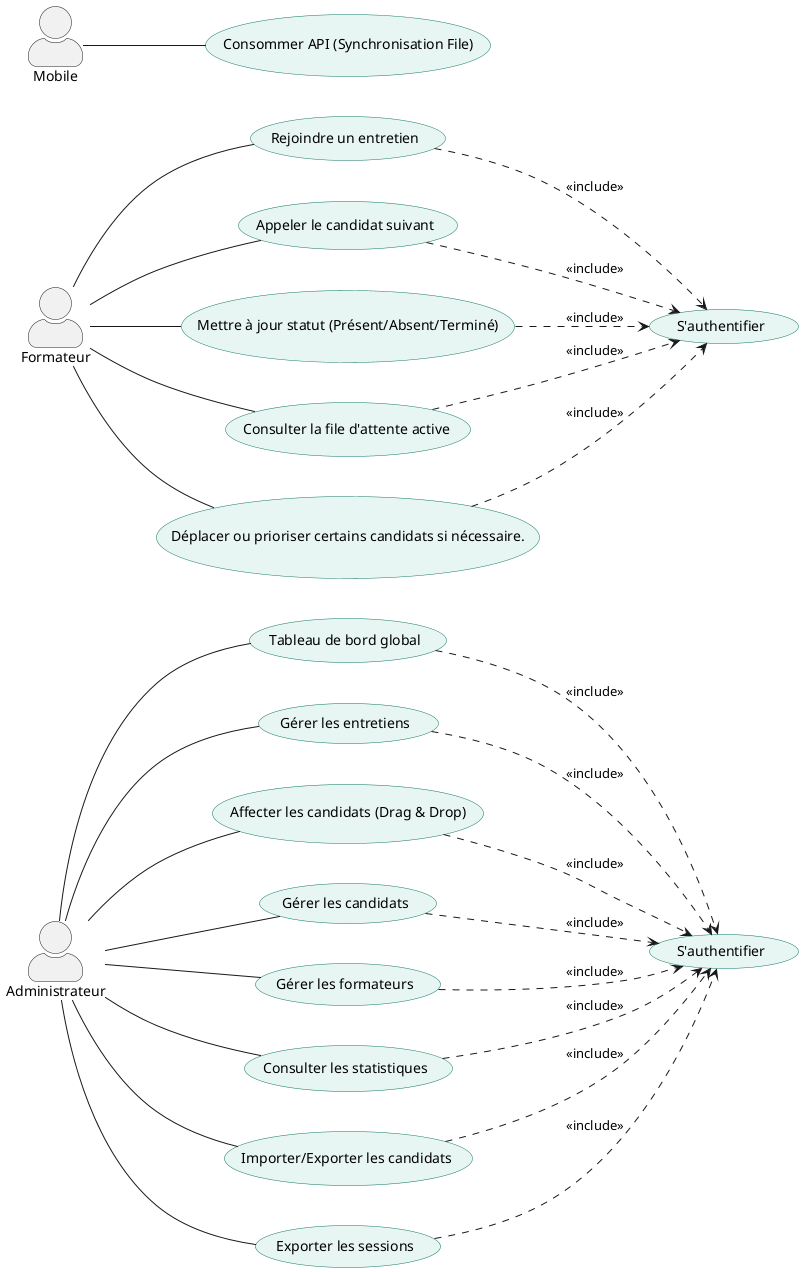
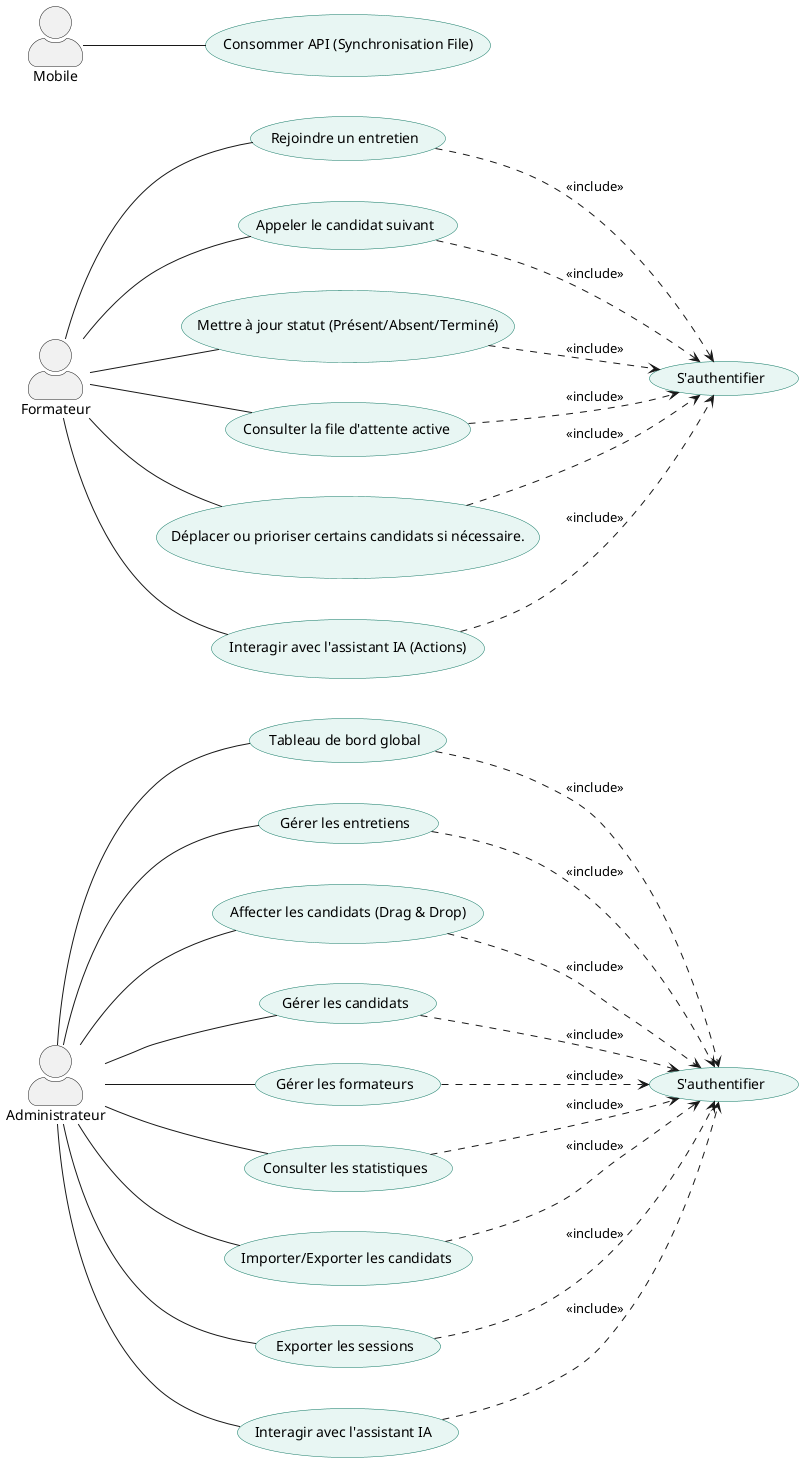
@startuml SoliQueue_UseCase_Admin
left to right direction
skinparam actorStyle awesome
skinparam shadowing false

skinparam usecase {
    BackgroundColor #E8F6F3
    BorderColor #117864
}

skinparam nodesep 40
skinparam ranksep 50

' Acteurs Web
actor "Administrateur" as Admin
actor "Formateur" as Formateur

' Acteur Mobile (Candidat)
actor "Mobile" as Mob

'=====================
' Admin Use Cases (Web)
'=====================
usecase "Tableau de bord global" as UC1
usecase "Gérer les entretiens" as UC2
usecase "Affecter les candidats (Drag & Drop)" as UC3
usecase "Gérer les candidats" as UC4
usecase "Gérer les formateurs" as UC5
usecase "Consulter les statistiques" as UC6
usecase "Importer/Exporter les candidats" as UC7
usecase "Exporter les sessions" as UC8



'=====================
' Formateur Use Cases (Web)
'=====================
usecase "Rejoindre un entretien" as UC9
usecase "Appeler le candidat suivant" as UC10
usecase "Mettre à jour statut (Présent/Absent/Terminé)" as UC11
usecase "Consulter la file d'attente active" as UC12
usecase "Déplacer ou prioriser certains candidats si nécessaire." as UC13

'=====================
' Mobile API (Candidat)
'=====================
usecase "Consommer API (Synchronisation File)" as API

'=====================
' Authentification
'=====================
usecase "S'authentifier" as Auth
usecase "S'authentifier" as Auth2

'=====================
' Relations Admin
'=====================
Admin -- UC1
Admin -- UC2
Admin -- UC3
Admin -- UC4
Admin -- UC5
Admin -- UC6
Admin -- UC7
Admin -- UC8

'=====================
' Relations Formateur
'=====================
Formateur -- UC9
Formateur -- UC10
Formateur -- UC11
Formateur -- UC12
Formateur -- UC13

'=====================
' Relations Mobile
'=====================
Mob -- API


'=====================
' Authentification includes
'=====================
UC1 ..> Auth : <<include>>
UC2 ..> Auth : <<include>>
UC3 ..> Auth : <<include>>
UC4 ..> Auth : <<include>>
UC5 ..> Auth : <<include>>
UC6 ..> Auth : <<include>>


UC7 ..> Auth : <<include>>
UC8 ..> Auth : <<include>>
UC9 ..> Auth2 : <<include>>
UC10 ..> Auth2 : <<include>>
UC11 ..> Auth2 : <<include>>
UC12 ..> Auth2 : <<include>>
UC13 ..> Auth2 : <<include>>

+ usecase "Interagir avec l'assistant IA " as UC14
+ Admin -- UC14
+ UC14 ..> Auth : <<include>>
+ 
+ usecase "Interagir avec l'assistant IA (Actions)" as UC15
+ Formateur -- UC15
+ UC15 ..> Auth2 : <<include>>
+ 
+ 
@enduml